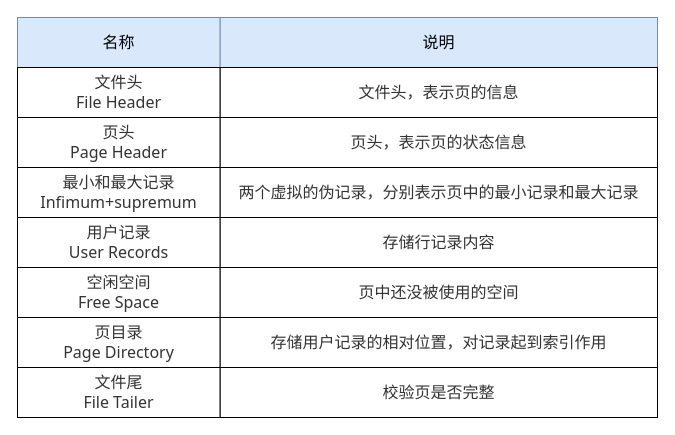
Above: mysql/索引/页结构字段作用.drawio in xiaolincoder/ImageHost4 (draw.io), before the change. Source tidied: cells renumbered, new cells numbered last; positions are measured from the earlier drawing's top-left corner, leaving out a move shared by most shapes. Both pictures are drawn from the tidied source at 100%, with x=0, y=0 at pixel (17, 17).
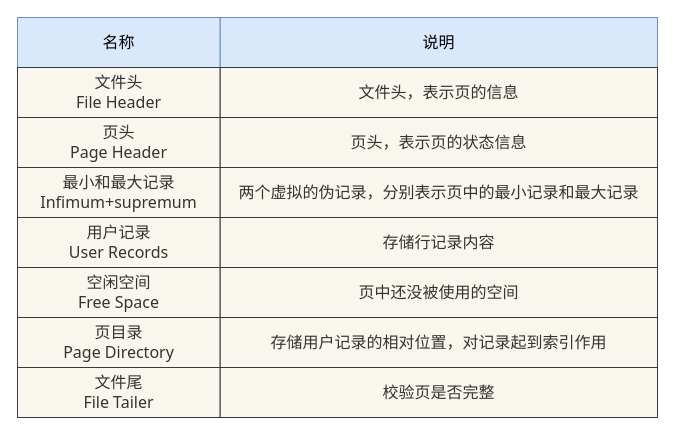
The same diagram, later.

Commit message (it also covers changes not shown here):
Update 页结构字段作用.drawio

What changed in the source:
```diff
@@
 <mxGraphModel>
   <root>
     <mxCell id="0" />
     <mxCell id="1" parent="0" />
     <mxCell id="2" value="名称" style="rounded=0;whiteSpace=wrap;html=1;fontSize=16;fillColor=#dae8fc;strokeColor=#6c8ebf;" parent="1" vertex="1">
       <mxGeometry width="202.7" height="50" as="geometry" />
     </mxCell>
     <mxCell id="3" value="说明" style="rounded=0;whiteSpace=wrap;html=1;fontSize=16;fillColor=#dae8fc;strokeColor=#6c8ebf;" parent="1" vertex="1">
       <mxGeometry x="202.7" width="437.3" height="50" as="geometry" />
     </mxCell>
-    <mxCell id="4" value="&lt;span style=&quot;color: rgb(51 , 51 , 51) ; font-family: &amp;#34;pingfang sc&amp;#34; , &amp;#34;avenir&amp;#34; , &amp;#34;tahoma&amp;#34; , &amp;#34;arial&amp;#34; , &amp;#34;lantinghei sc&amp;#34; , &amp;#34;microsoft yahei&amp;#34; , &amp;#34;hiragino sans gb&amp;#34; , &amp;#34;microsoft sans serif&amp;#34; , &amp;#34;wenquanyi micro hei&amp;#34; , &amp;#34;helvetica&amp;#34; , sans-serif ; background-color: rgb(255 , 255 , 255)&quot;&gt;文件头&lt;br&gt;File Header&lt;/span&gt;" style="rounded=0;whiteSpace=wrap;html=1;fontSize=16;" parent="1" vertex="1">
+    <mxCell id="4" value="&lt;span style=&quot;color: rgb(51, 51, 51); font-family: &amp;quot;pingfang sc&amp;quot;, avenir, tahoma, arial, &amp;quot;lantinghei sc&amp;quot;, &amp;quot;microsoft yahei&amp;quot;, &amp;quot;hiragino sans gb&amp;quot;, &amp;quot;microsoft sans serif&amp;quot;, &amp;quot;wenquanyi micro hei&amp;quot;, helvetica, sans-serif;&quot;&gt;文件头&lt;br&gt;File Header&lt;/span&gt;" style="rounded=0;whiteSpace=wrap;html=1;fontSize=16;fillColor=#f9f7ed;strokeColor=#36393d;labelBackgroundColor=none;" parent="1" vertex="1">
       <mxGeometry y="50" width="202.7" height="50" as="geometry" />
     </mxCell>
-    <mxCell id="5" value="&lt;span style=&quot;color: rgb(51 , 51 , 51) ; font-family: &amp;#34;pingfang sc&amp;#34; , &amp;#34;avenir&amp;#34; , &amp;#34;tahoma&amp;#34; , &amp;#34;arial&amp;#34; , &amp;#34;lantinghei sc&amp;#34; , &amp;#34;microsoft yahei&amp;#34; , &amp;#34;hiragino sans gb&amp;#34; , &amp;#34;microsoft sans serif&amp;#34; , &amp;#34;wenquanyi micro hei&amp;#34; , &amp;#34;helvetica&amp;#34; , sans-serif ; background-color: rgb(255 , 255 , 255)&quot;&gt;页头&lt;br&gt;Page Header&lt;/span&gt;" style="rounded=0;whiteSpace=wrap;html=1;fontSize=16;" parent="1" vertex="1">
+    <mxCell id="5" value="&lt;span style=&quot;color: rgb(51, 51, 51); font-family: &amp;quot;pingfang sc&amp;quot;, avenir, tahoma, arial, &amp;quot;lantinghei sc&amp;quot;, &amp;quot;microsoft yahei&amp;quot;, &amp;quot;hiragino sans gb&amp;quot;, &amp;quot;microsoft sans serif&amp;quot;, &amp;quot;wenquanyi micro hei&amp;quot;, helvetica, sans-serif;&quot;&gt;页头&lt;br&gt;Page Header&lt;/span&gt;" style="rounded=0;whiteSpace=wrap;html=1;fontSize=16;fillColor=#f9f7ed;strokeColor=#36393d;labelBackgroundColor=none;" parent="1" vertex="1">
       <mxGeometry y="100" width="202.7" height="50" as="geometry" />
     </mxCell>
-    <mxCell id="6" value="&lt;span style=&quot;color: rgb(51 , 51 , 51) ; font-family: &amp;#34;pingfang sc&amp;#34; , &amp;#34;avenir&amp;#34; , &amp;#34;tahoma&amp;#34; , &amp;#34;arial&amp;#34; , &amp;#34;lantinghei sc&amp;#34; , &amp;#34;microsoft yahei&amp;#34; , &amp;#34;hiragino sans gb&amp;#34; , &amp;#34;microsoft sans serif&amp;#34; , &amp;#34;wenquanyi micro hei&amp;#34; , &amp;#34;helvetica&amp;#34; , sans-serif ; background-color: rgb(255 , 255 , 255)&quot;&gt;最小和最大记录&lt;br&gt;Infimum+supremum&lt;/span&gt;" style="rounded=0;whiteSpace=wrap;html=1;fontSize=16;" parent="1" vertex="1">
+    <mxCell id="6" value="&lt;span style=&quot;color: rgb(51, 51, 51); font-family: &amp;quot;pingfang sc&amp;quot;, avenir, tahoma, arial, &amp;quot;lantinghei sc&amp;quot;, &amp;quot;microsoft yahei&amp;quot;, &amp;quot;hiragino sans gb&amp;quot;, &amp;quot;microsoft sans serif&amp;quot;, &amp;quot;wenquanyi micro hei&amp;quot;, helvetica, sans-serif;&quot;&gt;最小和最大记录&lt;br&gt;Infimum+supremum&lt;/span&gt;" style="rounded=0;whiteSpace=wrap;html=1;fontSize=16;fillColor=#f9f7ed;strokeColor=#36393d;labelBackgroundColor=none;" parent="1" vertex="1">
       <mxGeometry y="150" width="202.7" height="50" as="geometry" />
     </mxCell>
-    <mxCell id="7" value="&lt;span style=&quot;color: rgb(51 , 51 , 51) ; font-family: &amp;#34;pingfang sc&amp;#34; , &amp;#34;avenir&amp;#34; , &amp;#34;tahoma&amp;#34; , &amp;#34;arial&amp;#34; , &amp;#34;lantinghei sc&amp;#34; , &amp;#34;microsoft yahei&amp;#34; , &amp;#34;hiragino sans gb&amp;#34; , &amp;#34;microsoft sans serif&amp;#34; , &amp;#34;wenquanyi micro hei&amp;#34; , &amp;#34;helvetica&amp;#34; , sans-serif ; background-color: rgb(255 , 255 , 255)&quot;&gt;用户记录&lt;br&gt;User Records&lt;/span&gt;" style="rounded=0;whiteSpace=wrap;html=1;fontSize=16;" parent="1" vertex="1">
+    <mxCell id="7" value="&lt;span style=&quot;color: rgb(51, 51, 51); font-family: &amp;quot;pingfang sc&amp;quot;, avenir, tahoma, arial, &amp;quot;lantinghei sc&amp;quot;, &amp;quot;microsoft yahei&amp;quot;, &amp;quot;hiragino sans gb&amp;quot;, &amp;quot;microsoft sans serif&amp;quot;, &amp;quot;wenquanyi micro hei&amp;quot;, helvetica, sans-serif;&quot;&gt;用户记录&lt;br&gt;User Records&lt;/span&gt;" style="rounded=0;whiteSpace=wrap;html=1;fontSize=16;fillColor=#f9f7ed;strokeColor=#36393d;labelBackgroundColor=none;" parent="1" vertex="1">
       <mxGeometry y="200" width="202.7" height="50" as="geometry" />
     </mxCell>
-    <mxCell id="8" value="&lt;span style=&quot;color: rgb(51 , 51 , 51) ; font-family: &amp;#34;pingfang sc&amp;#34; , &amp;#34;avenir&amp;#34; , &amp;#34;tahoma&amp;#34; , &amp;#34;arial&amp;#34; , &amp;#34;lantinghei sc&amp;#34; , &amp;#34;microsoft yahei&amp;#34; , &amp;#34;hiragino sans gb&amp;#34; , &amp;#34;microsoft sans serif&amp;#34; , &amp;#34;wenquanyi micro hei&amp;#34; , &amp;#34;helvetica&amp;#34; , sans-serif ; background-color: rgb(255 , 255 , 255)&quot;&gt;空闲空间&lt;br&gt;Free Space&lt;/span&gt;" style="rounded=0;whiteSpace=wrap;html=1;fontSize=16;" parent="1" vertex="1">
+    <mxCell id="8" value="&lt;span style=&quot;color: rgb(51, 51, 51); font-family: &amp;quot;pingfang sc&amp;quot;, avenir, tahoma, arial, &amp;quot;lantinghei sc&amp;quot;, &amp;quot;microsoft yahei&amp;quot;, &amp;quot;hiragino sans gb&amp;quot;, &amp;quot;microsoft sans serif&amp;quot;, &amp;quot;wenquanyi micro hei&amp;quot;, helvetica, sans-serif;&quot;&gt;空闲空间&lt;br&gt;Free Space&lt;/span&gt;" style="rounded=0;whiteSpace=wrap;html=1;fontSize=16;fillColor=#f9f7ed;strokeColor=#36393d;labelBackgroundColor=none;" parent="1" vertex="1">
       <mxGeometry y="250" width="202.7" height="50" as="geometry" />
     </mxCell>
-    <mxCell id="9" value="&lt;span style=&quot;color: rgb(51 , 51 , 51) ; font-family: &amp;#34;pingfang sc&amp;#34; , &amp;#34;avenir&amp;#34; , &amp;#34;tahoma&amp;#34; , &amp;#34;arial&amp;#34; , &amp;#34;lantinghei sc&amp;#34; , &amp;#34;microsoft yahei&amp;#34; , &amp;#34;hiragino sans gb&amp;#34; , &amp;#34;microsoft sans serif&amp;#34; , &amp;#34;wenquanyi micro hei&amp;#34; , &amp;#34;helvetica&amp;#34; , sans-serif ; background-color: rgb(255 , 255 , 255)&quot;&gt;页目录&lt;br&gt;Page Directory&lt;/span&gt;" style="rounded=0;whiteSpace=wrap;html=1;fontSize=16;" parent="1" vertex="1">
+    <mxCell id="9" value="&lt;span style=&quot;color: rgb(51, 51, 51); font-family: &amp;quot;pingfang sc&amp;quot;, avenir, tahoma, arial, &amp;quot;lantinghei sc&amp;quot;, &amp;quot;microsoft yahei&amp;quot;, &amp;quot;hiragino sans gb&amp;quot;, &amp;quot;microsoft sans serif&amp;quot;, &amp;quot;wenquanyi micro hei&amp;quot;, helvetica, sans-serif;&quot;&gt;页目录&lt;br&gt;Page Directory&lt;/span&gt;" style="rounded=0;whiteSpace=wrap;html=1;fontSize=16;fillColor=#f9f7ed;strokeColor=#36393d;labelBackgroundColor=none;" parent="1" vertex="1">
       <mxGeometry y="300" width="202.7" height="50" as="geometry" />
     </mxCell>
-    <mxCell id="10" value="&lt;span style=&quot;color: rgb(51 , 51 , 51) ; font-family: &amp;#34;pingfang sc&amp;#34; , &amp;#34;avenir&amp;#34; , &amp;#34;tahoma&amp;#34; , &amp;#34;arial&amp;#34; , &amp;#34;lantinghei sc&amp;#34; , &amp;#34;microsoft yahei&amp;#34; , &amp;#34;hiragino sans gb&amp;#34; , &amp;#34;microsoft sans serif&amp;#34; , &amp;#34;wenquanyi micro hei&amp;#34; , &amp;#34;helvetica&amp;#34; , sans-serif ; background-color: rgb(255 , 255 , 255)&quot;&gt;文件尾&lt;br&gt;File Tailer&lt;/span&gt;" style="rounded=0;whiteSpace=wrap;html=1;fontSize=16;" parent="1" vertex="1">
+    <mxCell id="10" value="&lt;span style=&quot;color: rgb(51, 51, 51); font-family: &amp;quot;pingfang sc&amp;quot;, avenir, tahoma, arial, &amp;quot;lantinghei sc&amp;quot;, &amp;quot;microsoft yahei&amp;quot;, &amp;quot;hiragino sans gb&amp;quot;, &amp;quot;microsoft sans serif&amp;quot;, &amp;quot;wenquanyi micro hei&amp;quot;, helvetica, sans-serif;&quot;&gt;文件尾&lt;br&gt;File Tailer&lt;/span&gt;" style="rounded=0;whiteSpace=wrap;html=1;fontSize=16;fillColor=#f9f7ed;strokeColor=#36393d;labelBackgroundColor=none;" parent="1" vertex="1">
       <mxGeometry y="350" width="202.7" height="50" as="geometry" />
     </mxCell>
-    <mxCell id="11" value="&lt;span style=&quot;color: rgb(51 , 51 , 51) ; font-family: &amp;#34;pingfang sc&amp;#34; , &amp;#34;avenir&amp;#34; , &amp;#34;tahoma&amp;#34; , &amp;#34;arial&amp;#34; , &amp;#34;lantinghei sc&amp;#34; , &amp;#34;microsoft yahei&amp;#34; , &amp;#34;hiragino sans gb&amp;#34; , &amp;#34;microsoft sans serif&amp;#34; , &amp;#34;wenquanyi micro hei&amp;#34; , &amp;#34;helvetica&amp;#34; , sans-serif ; background-color: rgb(255 , 255 , 255)&quot;&gt;文件头，表示页的信息&lt;/span&gt;" style="rounded=0;whiteSpace=wrap;html=1;fontSize=16;" parent="1" vertex="1">
+    <mxCell id="11" value="&lt;span style=&quot;color: rgb(51, 51, 51); font-family: &amp;quot;pingfang sc&amp;quot;, avenir, tahoma, arial, &amp;quot;lantinghei sc&amp;quot;, &amp;quot;microsoft yahei&amp;quot;, &amp;quot;hiragino sans gb&amp;quot;, &amp;quot;microsoft sans serif&amp;quot;, &amp;quot;wenquanyi micro hei&amp;quot;, helvetica, sans-serif;&quot;&gt;文件头，表示页的信息&lt;/span&gt;" style="rounded=0;whiteSpace=wrap;html=1;fontSize=16;fillColor=#f9f7ed;strokeColor=#36393d;labelBackgroundColor=none;" parent="1" vertex="1">
       <mxGeometry x="202.7" y="50" width="437.3" height="50" as="geometry" />
     </mxCell>
-    <mxCell id="12" value="&lt;span style=&quot;color: rgb(51 , 51 , 51) ; font-family: &amp;#34;pingfang sc&amp;#34; , &amp;#34;avenir&amp;#34; , &amp;#34;tahoma&amp;#34; , &amp;#34;arial&amp;#34; , &amp;#34;lantinghei sc&amp;#34; , &amp;#34;microsoft yahei&amp;#34; , &amp;#34;hiragino sans gb&amp;#34; , &amp;#34;microsoft sans serif&amp;#34; , &amp;#34;wenquanyi micro hei&amp;#34; , &amp;#34;helvetica&amp;#34; , sans-serif ; background-color: rgb(255 , 255 , 255)&quot;&gt;页头，表示页的状态信息&lt;/span&gt;" style="rounded=0;whiteSpace=wrap;html=1;fontSize=16;" parent="1" vertex="1">
+    <mxCell id="12" value="&lt;span style=&quot;color: rgb(51, 51, 51); font-family: &amp;quot;pingfang sc&amp;quot;, avenir, tahoma, arial, &amp;quot;lantinghei sc&amp;quot;, &amp;quot;microsoft yahei&amp;quot;, &amp;quot;hiragino sans gb&amp;quot;, &amp;quot;microsoft sans serif&amp;quot;, &amp;quot;wenquanyi micro hei&amp;quot;, helvetica, sans-serif;&quot;&gt;页头，表示页的状态信息&lt;/span&gt;" style="rounded=0;whiteSpace=wrap;html=1;fontSize=16;fillColor=#f9f7ed;strokeColor=#36393d;labelBackgroundColor=none;" parent="1" vertex="1">
       <mxGeometry x="202.7" y="100" width="437.3" height="50" as="geometry" />
     </mxCell>
-    <mxCell id="13" value="&lt;font color=&quot;#333333&quot; face=&quot;pingfang sc, avenir, tahoma, arial, lantinghei sc, microsoft yahei, hiragino sans gb, microsoft sans serif, wenquanyi micro hei, helvetica, sans-serif&quot;&gt;&lt;span style=&quot;background-color: rgb(255 , 255 , 255)&quot;&gt;两个虚拟的伪记录，分别表示页中的最小记录和最大记录&lt;/span&gt;&lt;/font&gt;" style="rounded=0;whiteSpace=wrap;html=1;fontSize=16;" parent="1" vertex="1">
+    <mxCell id="13" value="&lt;font color=&quot;#333333&quot; face=&quot;pingfang sc, avenir, tahoma, arial, lantinghei sc, microsoft yahei, hiragino sans gb, microsoft sans serif, wenquanyi micro hei, helvetica, sans-serif&quot;&gt;&lt;span style=&quot;&quot;&gt;两个虚拟的伪记录，分别表示页中的最小记录和最大记录&lt;/span&gt;&lt;/font&gt;" style="rounded=0;whiteSpace=wrap;html=1;fontSize=16;fillColor=#f9f7ed;strokeColor=#36393d;labelBackgroundColor=none;" parent="1" vertex="1">
       <mxGeometry x="202.7" y="150" width="437.3" height="50" as="geometry" />
     </mxCell>
-    <mxCell id="14" value="&lt;font color=&quot;#333333&quot; face=&quot;pingfang sc, avenir, tahoma, arial, lantinghei sc, microsoft yahei, hiragino sans gb, microsoft sans serif, wenquanyi micro hei, helvetica, sans-serif&quot;&gt;&lt;span style=&quot;background-color: rgb(255 , 255 , 255)&quot;&gt;存储行记录内容&lt;/span&gt;&lt;/font&gt;" style="rounded=0;whiteSpace=wrap;html=1;fontSize=16;" parent="1" vertex="1">
+    <mxCell id="14" value="&lt;font color=&quot;#333333&quot; face=&quot;pingfang sc, avenir, tahoma, arial, lantinghei sc, microsoft yahei, hiragino sans gb, microsoft sans serif, wenquanyi micro hei, helvetica, sans-serif&quot;&gt;&lt;span style=&quot;&quot;&gt;存储行记录内容&lt;/span&gt;&lt;/font&gt;" style="rounded=0;whiteSpace=wrap;html=1;fontSize=16;fillColor=#f9f7ed;strokeColor=#36393d;labelBackgroundColor=none;" parent="1" vertex="1">
       <mxGeometry x="202.7" y="200" width="437.3" height="50" as="geometry" />
     </mxCell>
-    <mxCell id="15" value="&lt;font color=&quot;#333333&quot; face=&quot;pingfang sc, avenir, tahoma, arial, lantinghei sc, microsoft yahei, hiragino sans gb, microsoft sans serif, wenquanyi micro hei, helvetica, sans-serif&quot;&gt;&lt;span style=&quot;background-color: rgb(255 , 255 , 255)&quot;&gt;页中还没被使用的空间&lt;/span&gt;&lt;/font&gt;" style="rounded=0;whiteSpace=wrap;html=1;fontSize=16;" parent="1" vertex="1">
+    <mxCell id="15" value="&lt;font color=&quot;#333333&quot; face=&quot;pingfang sc, avenir, tahoma, arial, lantinghei sc, microsoft yahei, hiragino sans gb, microsoft sans serif, wenquanyi micro hei, helvetica, sans-serif&quot;&gt;&lt;span style=&quot;&quot;&gt;页中还没被使用的空间&lt;/span&gt;&lt;/font&gt;" style="rounded=0;whiteSpace=wrap;html=1;fontSize=16;fillColor=#f9f7ed;strokeColor=#36393d;labelBackgroundColor=none;" parent="1" vertex="1">
       <mxGeometry x="202.7" y="250" width="437.3" height="50" as="geometry" />
     </mxCell>
-    <mxCell id="16" value="&lt;font color=&quot;#333333&quot; face=&quot;pingfang sc, avenir, tahoma, arial, lantinghei sc, microsoft yahei, hiragino sans gb, microsoft sans serif, wenquanyi micro hei, helvetica, sans-serif&quot;&gt;&lt;span style=&quot;background-color: rgb(255 , 255 , 255)&quot;&gt;存储用户记录的相对位置，对记录起到索引作用&lt;/span&gt;&lt;/font&gt;" style="rounded=0;whiteSpace=wrap;html=1;fontSize=16;" parent="1" vertex="1">
+    <mxCell id="16" value="&lt;font color=&quot;#333333&quot; face=&quot;pingfang sc, avenir, tahoma, arial, lantinghei sc, microsoft yahei, hiragino sans gb, microsoft sans serif, wenquanyi micro hei, helvetica, sans-serif&quot;&gt;&lt;span style=&quot;&quot;&gt;存储用户记录的相对位置，对记录起到索引作用&lt;/span&gt;&lt;/font&gt;" style="rounded=0;whiteSpace=wrap;html=1;fontSize=16;fillColor=#f9f7ed;strokeColor=#36393d;labelBackgroundColor=none;" parent="1" vertex="1">
       <mxGeometry x="202.7" y="300" width="437.3" height="50" as="geometry" />
     </mxCell>
-    <mxCell id="17" value="&lt;font color=&quot;#333333&quot; face=&quot;pingfang sc, avenir, tahoma, arial, lantinghei sc, microsoft yahei, hiragino sans gb, microsoft sans serif, wenquanyi micro hei, helvetica, sans-serif&quot;&gt;&lt;span style=&quot;background-color: rgb(255 , 255 , 255)&quot;&gt;校验页是否完整&lt;/span&gt;&lt;/font&gt;" style="rounded=0;whiteSpace=wrap;html=1;fontSize=16;" parent="1" vertex="1">
+    <mxCell id="17" value="&lt;font color=&quot;#333333&quot; face=&quot;pingfang sc, avenir, tahoma, arial, lantinghei sc, microsoft yahei, hiragino sans gb, microsoft sans serif, wenquanyi micro hei, helvetica, sans-serif&quot;&gt;&lt;span style=&quot;&quot;&gt;校验页是否完整&lt;/span&gt;&lt;/font&gt;" style="rounded=0;whiteSpace=wrap;html=1;fontSize=16;fillColor=#f9f7ed;strokeColor=#36393d;labelBackgroundColor=none;" parent="1" vertex="1">
       <mxGeometry x="202.7" y="350" width="437.3" height="50" as="geometry" />
     </mxCell>
   </root>
 </mxGraphModel>
```
